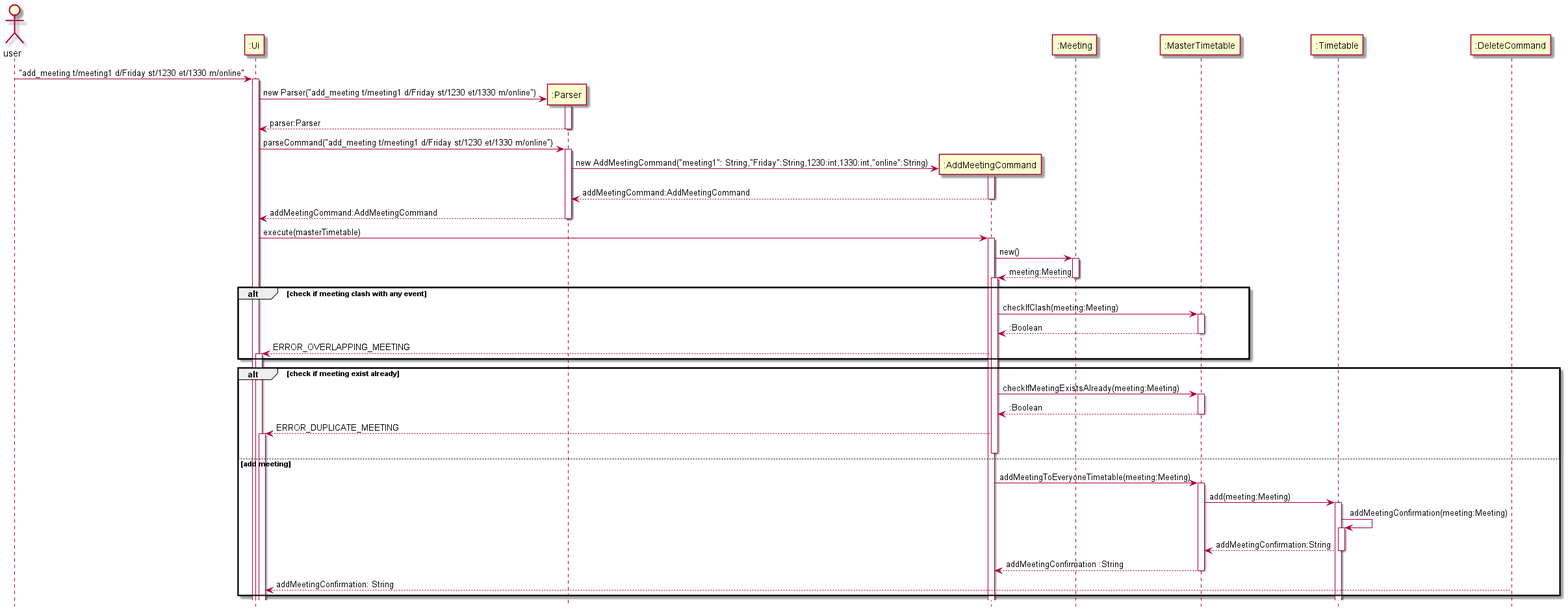
The PlantUML diagram docs/diagrams/AddMeetingCommandSequence.png in nus-cs2113-AY2122S2/tp, before a commit.
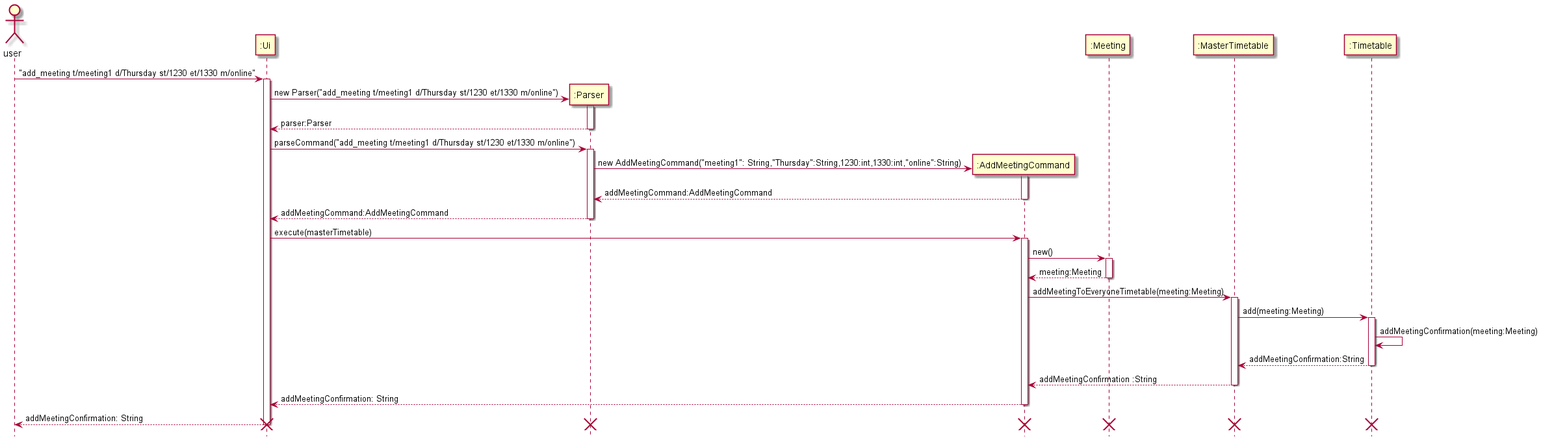
Above is the later version.

Commit message:
Edit AddMeeting sequence diagram Add object diagram for AddMeeting

Diff of the diagram source:
```diff
@@ -3,43 +3,30 @@
 actor user
 
 
-user -> ":Ui" ++ :"add_meeting t/meeting1 d/Friday st/1230 et/1330 m/online"
+user -> ":Ui" ++ :"add_meeting t/meeting1 d/Thursday st/1230 et/1330 m/online"
 create ":Parser"
-":Ui" -> ":Parser" ++: new Parser("add_meeting t/meeting1 d/Friday st/1230 et/1330 m/online")
+":Ui" -> ":Parser" ++: new Parser("add_meeting t/meeting1 d/Thursday st/1230 et/1330 m/online")
 ":Parser" --> ":Ui" --: parser:Parser
-":Ui" -> ":Parser" ++: parseCommand("add_meeting t/meeting1 d/Friday st/1230 et/1330 m/online")
+":Ui" -> ":Parser" ++: parseCommand("add_meeting t/meeting1 d/Thursday st/1230 et/1330 m/online")
 create ":AddMeetingCommand"
-":Parser" -> ":AddMeetingCommand" ++: new AddMeetingCommand("meeting1": String,"Friday":String,1230:int,1330:int,"online":String)
+":Parser" -> ":AddMeetingCommand" ++: new AddMeetingCommand("meeting1": String,"Thursday":String,1230:int,1330:int,"online":String)
 ":AddMeetingCommand" --> ":Parser" --: addMeetingCommand:AddMeetingCommand
 ":Parser" --> ":Ui" --: addMeetingCommand:AddMeetingCommand
 ":Ui" -> ":AddMeetingCommand" ++: execute(masterTimetable)
 ":AddMeetingCommand" -> ":Meeting" ++ : new()
 ":Meeting" --> ":AddMeetingCommand" --: meeting:Meeting
 
-alt check if meeting clash with any event
-
-activate ":AddMeetingCommand"
-":AddMeetingCommand" -> ":MasterTimetable" ++: checkIfClash(meeting:Meeting)
-":MasterTimetable" --> ":AddMeetingCommand" -- : :Boolean
-":AddMeetingCommand" --> ":Ui" ++: ERROR_OVERLAPPING_MEETING
-
-end
-
-alt check if meeting exist already
-activate ":AddMeetingCommand"
-":AddMeetingCommand" -> ":MasterTimetable" ++: checkIfMeetingExistsAlready(meeting:Meeting)
-":MasterTimetable" --> ":AddMeetingCommand" -- : :Boolean
-":AddMeetingCommand" --> ":Ui" ++: ERROR_DUPLICATE_MEETING
-deactivate ":AddMeetingCommand"
-else add meeting
-
 ":AddMeetingCommand" -> ":MasterTimetable" ++: addMeetingToEveryoneTimetable(meeting:Meeting)
 ":MasterTimetable" -> ":Timetable" ++ : add(meeting:Meeting)
-":Timetable" -> ":Timetable" ++: addMeetingConfirmation(meeting:Meeting)
+":Timetable" -> ":Timetable": addMeetingConfirmation(meeting:Meeting)
 ":Timetable" --> ":MasterTimetable" --: addMeetingConfirmation:String
 ":MasterTimetable" --> ":AddMeetingCommand" -- : addMeetingConfirmation :String
-":DeleteCommand" --> ":Ui" --: addMeetingConfirmation: String
-
-end
-
+":AddMeetingCommand" --> ":Ui" --: addMeetingConfirmation: String
+":Ui" --> "user" --: addMeetingConfirmation: String
+destroy ":AddMeetingCommand"
+destroy ":Parser"
+destroy ":Meeting"
+destroy ":Timetable"
+destroy ":MasterTimetable"
+destroy ":Ui"
 @enduml
```
